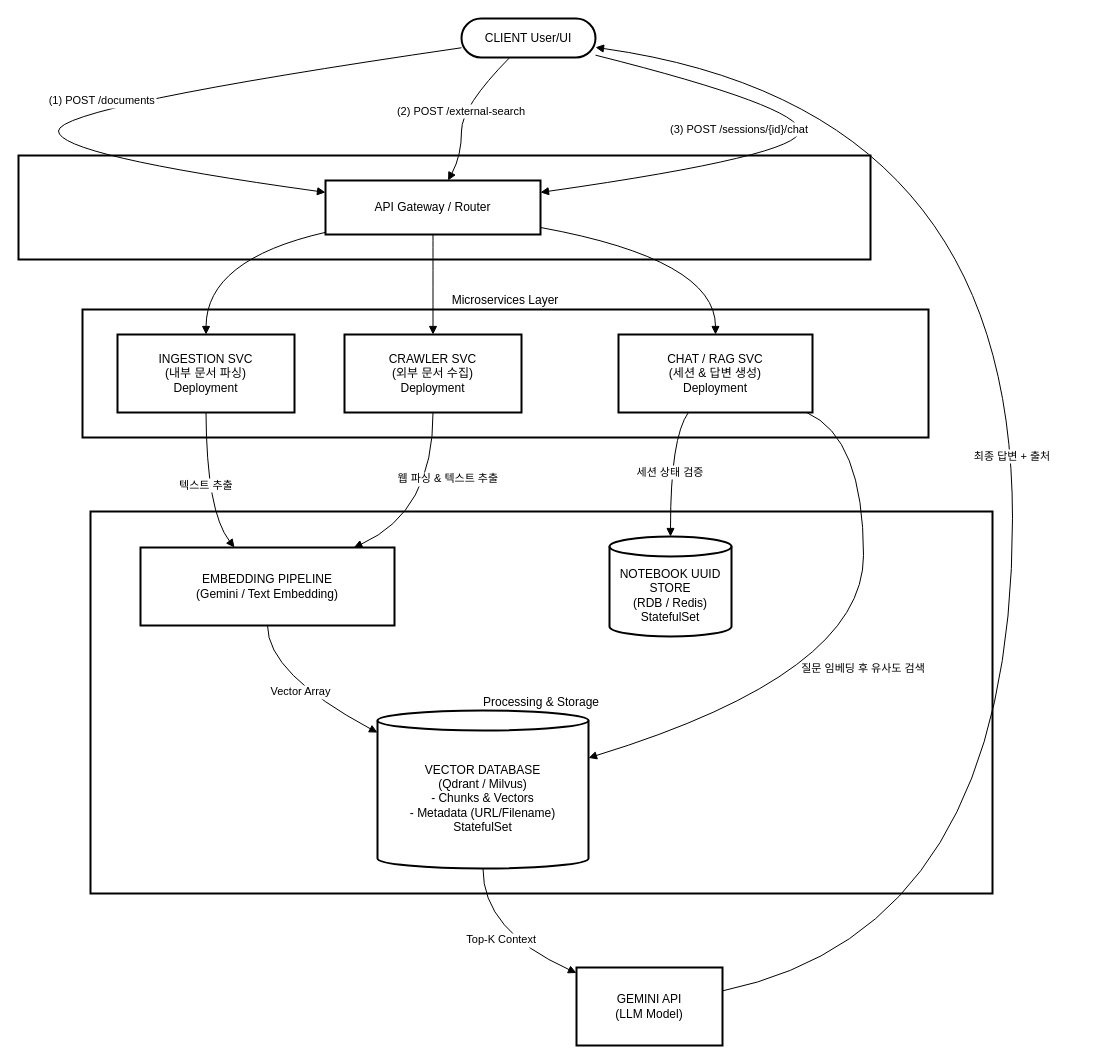
CloudAndEngineer/Technical_Docs_Search_Service keeps this draw.io diagram as docs/dataflow.drawio. Above is the earlier version. Source tidied: cells renumbered, new cells numbered last; positions are measured from the earlier drawing's top-left corner, leaving out a move shared by most shapes. Both pictures are drawn from the tidied source at 100%, with x=0, y=0 at pixel (18, 18).
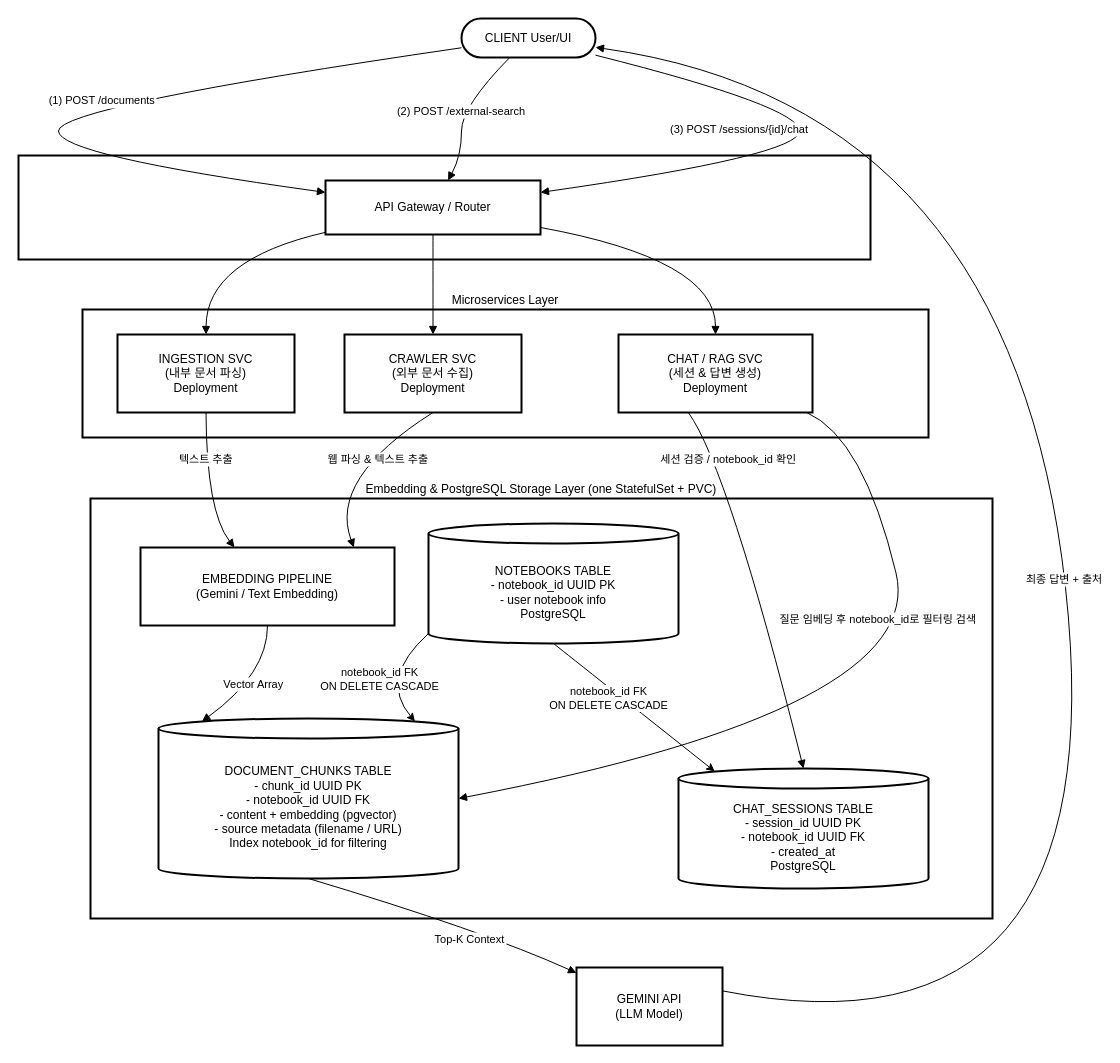
Above is the later version.

Commit message:
Docs : Revise Dataflow DB information

The change refers to these unchanged cells:
```xml
<mxCell id="5" value="CLIENT User/UI" style="rounded=1;whiteSpace=wrap;arcSize=50;strokeWidth=2;" parent="1" vertex="1">
  <mxGeometry x="443" width="134" height="39" as="geometry" />
</mxCell>
<mxCell id="7" value="INGESTION SVC&#10;(내부 문서 파싱)&#10;Deployment" style="whiteSpace=wrap;strokeWidth=2;" parent="1" vertex="1">
  <mxGeometry x="99" y="316" width="177" height="78" as="geometry" />
</mxCell>
<mxCell id="8" value="CRAWLER SVC&#10;(외부 문서 수집)&#10;Deployment" style="whiteSpace=wrap;strokeWidth=2;" parent="1" vertex="1">
  <mxGeometry x="326" y="316" width="177" height="78" as="geometry" />
</mxCell>
<mxCell id="9" value="CHAT / RAG SVC&#10;(세션 &amp; 답변 생성)&#10;Deployment" style="whiteSpace=wrap;strokeWidth=2;" parent="1" vertex="1">
  <mxGeometry x="600" y="316" width="194" height="78" as="geometry" />
</mxCell>
<mxCell id="10" value="EMBEDDING PIPELINE&#10;(Gemini / Text Embedding)" style="whiteSpace=wrap;strokeWidth=2;" parent="1" vertex="1">
  <mxGeometry x="122" y="529" width="254" height="78" as="geometry" />
</mxCell>
<mxCell id="13" value="GEMINI API&#10;(LLM Model)" style="whiteSpace=wrap;strokeWidth=2;" parent="1" vertex="1">
  <mxGeometry x="558" y="949" width="146" height="78" as="geometry" />
</mxCell>
```

Change to the diagram source:
```diff
@@
-    <mxCell id="2" value="Processing &amp; Storage" style="whiteSpace=wrap;strokeWidth=2;" parent="1" vertex="1">
-      <mxGeometry x="72" y="493" width="902" height="382" as="geometry" />
+    <mxCell id="2" value="Embedding &amp; PostgreSQL Storage Layer (one StatefulSet + PVC)" style="whiteSpace=wrap;strokeWidth=2;labelPosition=center;verticalLabelPosition=top;align=center;verticalAlign=bottom;" parent="1" vertex="1">
+      <mxGeometry x="72" y="480" width="902" height="420" as="geometry" />
     </mxCell>
@@
-    <mxCell id="11" value="NOTEBOOK UUID STORE&#10;(RDB / Redis)&#10;StatefulSet" style="shape=cylinder3;boundedLbl=1;backgroundOutline=1;size=10;strokeWidth=2;whiteSpace=wrap;" parent="1" vertex="1">
-      <mxGeometry x="591" y="518" width="122" height="100" as="geometry" />
+    <mxCell id="11" value="NOTEBOOKS TABLE&#10;- notebook_id UUID PK&#10;- user notebook info&#10;PostgreSQL" style="shape=cylinder3;boundedLbl=1;backgroundOutline=1;size=10;strokeWidth=2;whiteSpace=wrap;" parent="1" vertex="1">
+      <mxGeometry x="410" y="505" width="250" height="120" as="geometry" />
     </mxCell>
-    <mxCell id="12" value="VECTOR DATABASE&#10;(Qdrant / Milvus)&#10;- Chunks &amp; Vectors&#10;- Metadata (URL/Filename)&#10;StatefulSet" style="shape=cylinder3;boundedLbl=1;backgroundOutline=1;size=10;strokeWidth=2;whiteSpace=wrap;" parent="1" vertex="1">
-      <mxGeometry x="359" y="692" width="211" height="158" as="geometry" />
+    <mxCell id="12" value="DOCUMENT_CHUNKS TABLE&#10;- chunk_id UUID PK&#10;- notebook_id UUID FK&#10;- content + embedding (pgvector)&#10;- source metadata (filename / URL)&#10;Index notebook_id for filtering" style="shape=cylinder3;boundedLbl=1;backgroundOutline=1;size=10;strokeWidth=2;whiteSpace=wrap;" parent="1" vertex="1">
+      <mxGeometry x="140" y="700" width="300" height="160" as="geometry" />
     </mxCell>
+    <mxCell id="27" value="CHAT_SESSIONS TABLE&#10;- session_id UUID PK&#10;- notebook_id UUID FK&#10;- created_at&#10;PostgreSQL" style="shape=cylinder3;boundedLbl=1;backgroundOutline=1;size=10;strokeWidth=2;whiteSpace=wrap;" parent="1" vertex="1">
+      <mxGeometry x="660" y="750" width="250" height="120" as="geometry" />
+    </mxCell>
@@
     <mxCell id="20" value="텍스트 추출" style="curved=1;startArrow=none;endArrow=block;exitX=0.5;exitY=1;entryX=0.37;entryY=0;rounded=0;" parent="1" edge="1" source="7" target="10">
-      <mxGeometry relative="1" as="geometry">
+      <mxGeometry x="-0.36" relative="1" as="geometry">
         <Array as="points">
           <mxPoint x="188" y="493" />
         </Array>
       </mxGeometry>
     </mxCell>
     <mxCell id="21" value="웹 파싱 &amp; 텍스트 추출" style="curved=1;startArrow=none;endArrow=block;exitX=0.5;exitY=1;entryX=0.84;entryY=0;rounded=0;" parent="1" edge="1" source="8" target="10">
-      <mxGeometry x="-0.29" y="15" relative="1" as="geometry">
+      <mxGeometry x="-0.28" y="10" relative="1" as="geometry">
         <Array as="points">
-          <mxPoint x="415" y="493" />
+          <mxPoint x="310" y="460" />
         </Array>
       </mxGeometry>
     </mxCell>
-    <mxCell id="22" value="세션 상태 검증" style="curved=1;startArrow=none;endArrow=block;exitX=0.36;exitY=1;entryX=0.5;entryY=0;rounded=0;" parent="1" edge="1" source="9" target="11">
-      <mxGeometry relative="1" as="geometry">
+    <mxCell id="22" value="세션 검증 / notebook_id 확인" style="curved=1;startArrow=none;endArrow=block;exitX=0.36;exitY=1;entryX=0.5;entryY=0;rounded=0;" parent="1" edge="1" source="9" target="27">
+      <mxGeometry x="-0.68" y="6" relative="1" as="geometry">
         <Array as="points">
-          <mxPoint x="652" y="419" />
+          <mxPoint x="710" y="450" />
         </Array>
       </mxGeometry>
     </mxCell>
-    <mxCell id="23" value="Vector Array" style="curved=1;startArrow=none;endArrow=block;exitX=0.5;exitY=1;entryX=0;entryY=0.14;rounded=0;" parent="1" edge="1" source="10" target="12">
+    <mxCell id="23" value="Vector Array" style="curved=1;startArrow=none;endArrow=block;exitX=0.5;exitY=1;entryX=0.145;entryY=0;rounded=0;entryDx=0;entryDy=2.9;entryPerimeter=0;" parent="1" edge="1" source="10" target="12">
       <mxGeometry relative="1" as="geometry">
         <Array as="points">
           <mxPoint x="249" y="655" />
         </Array>
       </mxGeometry>
     </mxCell>
-    <mxCell id="24" value="질문 임베딩 후 유사도 검색" style="curved=1;startArrow=none;endArrow=block;exitX=0.97;exitY=1;entryX=1;entryY=0.3;rounded=0;" parent="1" edge="1" source="9" target="12">
-      <mxGeometry relative="1" as="geometry">
+    <mxCell id="24" value="질문 임베딩 후 notebook_id로 필터링 검색" style="curved=1;startArrow=none;endArrow=block;exitX=0.97;exitY=1;entryX=1;entryY=0.5;rounded=0;entryDx=0;entryDy=0;entryPerimeter=0;" parent="1" edge="1" source="9" target="12">
+      <mxGeometry x="-0.41" y="-28" relative="1" as="geometry">
         <Array as="points">
           <mxPoint x="845" y="419" />
-          <mxPoint x="845" y="655" />
+          <mxPoint x="910" y="690" />
         </Array>
       </mxGeometry>
     </mxCell>
     <mxCell id="25" value="Top-K Context" style="curved=1;startArrow=none;endArrow=block;exitX=0.5;exitY=1;entryX=0;entryY=0.07;rounded=0;" parent="1" edge="1" source="12" target="13">
-      <mxGeometry relative="1" as="geometry">
+      <mxGeometry x="0.2" y="-12" relative="1" as="geometry">
         <Array as="points">
           <mxPoint x="464" y="912" />
         </Array>
+        <mxPoint x="1" as="offset" />
       </mxGeometry>
     </mxCell>
     <mxCell id="26" value="최종 답변 + 출처" style="curved=1;startArrow=none;endArrow=block;exitX=1;exitY=0.3;entryX=1;entryY=0.74;rounded=0;" parent="1" edge="1" source="13" target="5">
       <mxGeometry relative="1" as="geometry">
         <Array as="points">
-          <mxPoint x="994" y="912" />
+          <mxPoint x="1100" y="1050" />
           <mxPoint x="994" y="88" />
         </Array>
       </mxGeometry>
     </mxCell>
+    <mxCell id="28" style="curved=1;endArrow=classic;html=1;rounded=0;entryX=0.855;entryY=0;entryDx=0;entryDy=2.9;entryPerimeter=0;exitX=0;exitY=1;exitDx=0;exitDy=-10;exitPerimeter=0;" parent="1" edge="1" source="11" target="12">
+      <mxGeometry relative="1" as="geometry">
+        <Array as="points">
+          <mxPoint x="360" y="660" />
+        </Array>
+      </mxGeometry>
+    </mxCell>
+    <mxCell id="29" value="notebook_id FK&lt;div&gt;ON DELETE CASCADE&lt;/div&gt;" style="edgeLabel;html=1;align=center;verticalAlign=middle;" parent="28" vertex="1">
+      <mxGeometry x="-0.33" y="4" relative="1" as="geometry">
+        <mxPoint x="-22" y="15" as="offset" />
+      </mxGeometry>
+    </mxCell>
+    <mxCell id="30" value="notebook_id FK&lt;div&gt;ON DELETE CASCADE&lt;/div&gt;" style="curved=1;endArrow=classic;html=1;rounded=0;exitX=0.5;exitY=1;entryX=0.145;entryY=0;entryDx=0;entryDy=2.9;entryPerimeter=0;" parent="1" edge="1" source="11" target="27">
+      <mxGeometry x="-0.25" y="-9" relative="1" as="geometry" />
+    </mxCell>
```
